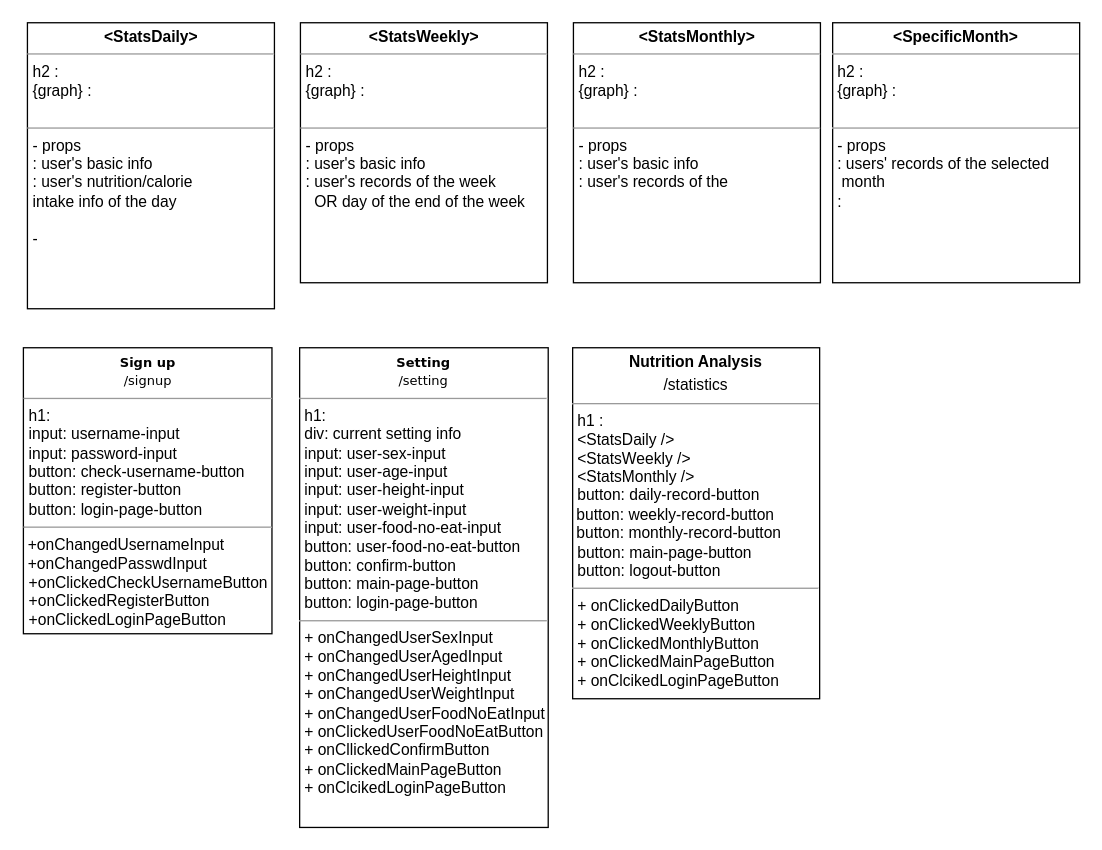
swsnu/swpp2021-team5 keeps this draw.io diagram as diagrams/Bang.drawio. Above is the earlier version. Source tidied: cells renumbered, new cells numbered last; positions are measured from the earlier drawing's top-left corner, leaving out a move shared by most shapes. Both pictures are drawn from the tidied source at 130%, with x=0, y=0 at pixel (23, 22).
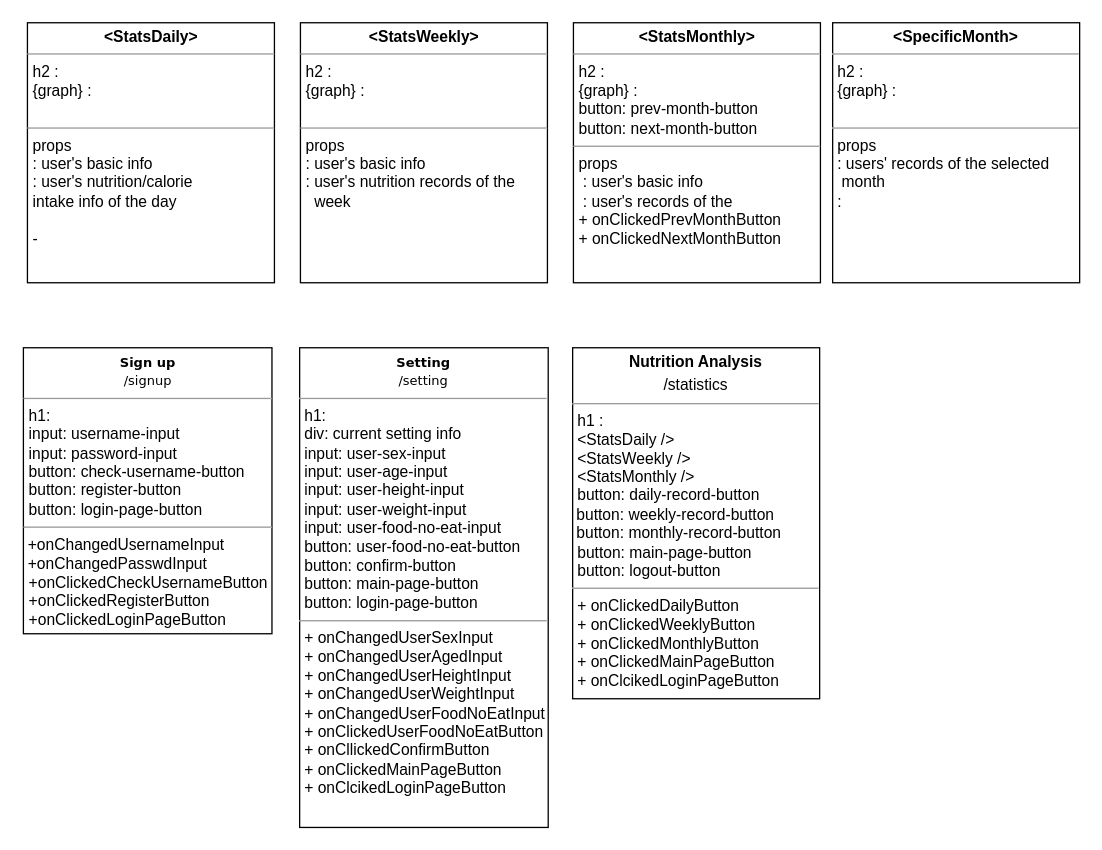
Above is the later version.

Diff of the diagram source:
```diff
@@
 <mxGraphModel>
   <root>
     <mxCell id="0" />
     <mxCell id="1" parent="0" />
-    <mxCell id="2" value="&lt;p style=&quot;margin: 0px ; margin-top: 4px ; text-align: center&quot;&gt;&lt;b&gt;&amp;lt;StatsDaily&amp;gt;&lt;/b&gt;&lt;/p&gt;&lt;hr size=&quot;1&quot;&gt;&lt;p style=&quot;margin: 0px ; margin-left: 4px&quot;&gt;h2 :&amp;nbsp;&lt;br&gt;&lt;/p&gt;&lt;p style=&quot;margin: 0px ; margin-left: 4px&quot;&gt;{graph} :&amp;nbsp;&lt;/p&gt;&lt;p style=&quot;margin: 0px ; margin-left: 4px&quot;&gt;&lt;br&gt;&lt;/p&gt;&lt;hr size=&quot;1&quot;&gt;&lt;p style=&quot;margin: 0px ; margin-left: 4px&quot;&gt;- props&lt;/p&gt;&lt;p style=&quot;margin: 0px ; margin-left: 4px&quot;&gt;: user's basic info&lt;br&gt;&lt;/p&gt;&lt;p style=&quot;margin: 0px ; margin-left: 4px&quot;&gt;: user's nutrition/calorie&lt;/p&gt;&lt;p style=&quot;margin: 0px ; margin-left: 4px&quot;&gt;intake info of the day&lt;/p&gt;&lt;p style=&quot;margin: 0px ; margin-left: 4px&quot;&gt;&lt;br&gt;&lt;/p&gt;&lt;p style=&quot;margin: 0px ; margin-left: 4px&quot;&gt;-&amp;nbsp;&lt;/p&gt;&lt;p style=&quot;margin: 0px ; margin-left: 4px&quot;&gt;&lt;br&gt;&lt;/p&gt;" style="verticalAlign=top;align=left;overflow=fill;fontSize=12;fontFamily=Helvetica;html=1;rounded=0;shadow=0;comic=0;labelBackgroundColor=none;strokeWidth=1;" parent="1" vertex="1">
-      <mxGeometry x="2.6" width="190" height="220" as="geometry" />
+    <mxCell id="2" value="&lt;p style=&quot;margin: 0px ; margin-top: 4px ; text-align: center&quot;&gt;&lt;b&gt;&amp;lt;StatsDaily&amp;gt;&lt;/b&gt;&lt;/p&gt;&lt;hr size=&quot;1&quot;&gt;&lt;p style=&quot;margin: 0px ; margin-left: 4px&quot;&gt;h2 :&amp;nbsp;&lt;br&gt;&lt;/p&gt;&lt;p style=&quot;margin: 0px ; margin-left: 4px&quot;&gt;{graph} :&amp;nbsp;&lt;/p&gt;&lt;p style=&quot;margin: 0px ; margin-left: 4px&quot;&gt;&lt;br&gt;&lt;/p&gt;&lt;hr size=&quot;1&quot;&gt;&lt;p style=&quot;margin: 0px ; margin-left: 4px&quot;&gt;props&lt;/p&gt;&lt;p style=&quot;margin: 0px ; margin-left: 4px&quot;&gt;: user's basic info&lt;br&gt;&lt;/p&gt;&lt;p style=&quot;margin: 0px ; margin-left: 4px&quot;&gt;: user's nutrition/calorie&lt;/p&gt;&lt;p style=&quot;margin: 0px ; margin-left: 4px&quot;&gt;intake info of the day&lt;/p&gt;&lt;p style=&quot;margin: 0px ; margin-left: 4px&quot;&gt;&lt;br&gt;&lt;/p&gt;&lt;p style=&quot;margin: 0px ; margin-left: 4px&quot;&gt;-&amp;nbsp;&lt;/p&gt;&lt;p style=&quot;margin: 0px ; margin-left: 4px&quot;&gt;&lt;br&gt;&lt;/p&gt;" style="verticalAlign=top;align=left;overflow=fill;fontSize=12;fontFamily=Helvetica;html=1;rounded=0;shadow=0;comic=0;labelBackgroundColor=none;strokeWidth=1;" parent="1" vertex="1">
+      <mxGeometry x="2.6" width="190" height="200" as="geometry" />
     </mxCell>
-    <mxCell id="3" value="&lt;p style=&quot;margin: 0px ; margin-top: 4px ; text-align: center&quot;&gt;&lt;b&gt;&amp;lt;StatsWeekly&amp;gt;&lt;/b&gt;&lt;/p&gt;&lt;hr size=&quot;1&quot;&gt;&lt;p style=&quot;margin: 0px ; margin-left: 4px&quot;&gt;h2 :&amp;nbsp;&lt;br&gt;&lt;/p&gt;&lt;p style=&quot;margin: 0px ; margin-left: 4px&quot;&gt;{graph} :&lt;br&gt;&lt;/p&gt;&lt;p style=&quot;margin: 0px ; margin-left: 4px&quot;&gt;&lt;br&gt;&lt;/p&gt;&lt;hr size=&quot;1&quot;&gt;&lt;p style=&quot;margin: 0px ; margin-left: 4px&quot;&gt;- props&lt;/p&gt;&lt;p style=&quot;margin: 0px ; margin-left: 4px&quot;&gt;: user's basic info&lt;/p&gt;&lt;p style=&quot;margin: 0px ; margin-left: 4px&quot;&gt;: user's records of the week&lt;/p&gt;&lt;p style=&quot;margin: 0px ; margin-left: 4px&quot;&gt;&amp;nbsp; OR day of the end of the week&lt;/p&gt;" style="verticalAlign=top;align=left;overflow=fill;fontSize=12;fontFamily=Helvetica;html=1;rounded=0;shadow=0;comic=0;labelBackgroundColor=none;strokeWidth=1;" parent="1" vertex="1">
+    <mxCell id="3" value="&lt;p style=&quot;margin: 0px ; margin-top: 4px ; text-align: center&quot;&gt;&lt;b&gt;&amp;lt;StatsWeekly&amp;gt;&lt;/b&gt;&lt;/p&gt;&lt;hr size=&quot;1&quot;&gt;&lt;p style=&quot;margin: 0px ; margin-left: 4px&quot;&gt;h2 :&amp;nbsp;&lt;br&gt;&lt;/p&gt;&lt;p style=&quot;margin: 0px ; margin-left: 4px&quot;&gt;{graph} :&lt;br&gt;&lt;/p&gt;&lt;p style=&quot;margin: 0px ; margin-left: 4px&quot;&gt;&lt;br&gt;&lt;/p&gt;&lt;hr size=&quot;1&quot;&gt;&lt;p style=&quot;margin: 0px ; margin-left: 4px&quot;&gt;props&lt;/p&gt;&lt;p style=&quot;margin: 0px ; margin-left: 4px&quot;&gt;: user's basic info&lt;/p&gt;&lt;p style=&quot;margin: 0px ; margin-left: 4px&quot;&gt;: user's nutrition records of the&lt;/p&gt;&lt;p style=&quot;margin: 0px ; margin-left: 4px&quot;&gt;&amp;nbsp; week&lt;br&gt;&lt;/p&gt;" style="verticalAlign=top;align=left;overflow=fill;fontSize=12;fontFamily=Helvetica;html=1;rounded=0;shadow=0;comic=0;labelBackgroundColor=none;strokeWidth=1;" parent="1" vertex="1">
       <mxGeometry x="212.6" width="190" height="200" as="geometry" />
     </mxCell>
-    <mxCell id="4" value="&lt;p style=&quot;margin: 0px ; margin-top: 4px ; text-align: center&quot;&gt;&lt;b&gt;&amp;lt;StatsMonthly&amp;gt;&lt;/b&gt;&lt;/p&gt;&lt;hr size=&quot;1&quot;&gt;&lt;p style=&quot;margin: 0px ; margin-left: 4px&quot;&gt;h2 :&amp;nbsp;&lt;br&gt;&lt;/p&gt;&lt;p style=&quot;margin: 0px ; margin-left: 4px&quot;&gt;{graph} :&lt;br&gt;&lt;/p&gt;&lt;p style=&quot;margin: 0px ; margin-left: 4px&quot;&gt;&lt;br&gt;&lt;/p&gt;&lt;hr size=&quot;1&quot;&gt;&lt;p style=&quot;margin: 0px 0px 0px 4px&quot;&gt;- props&lt;/p&gt;&lt;p style=&quot;margin: 0px 0px 0px 4px&quot;&gt;: user's basic info&lt;/p&gt;&lt;p style=&quot;margin: 0px 0px 0px 4px&quot;&gt;: user's records of the&lt;/p&gt;" style="verticalAlign=top;align=left;overflow=fill;fontSize=12;fontFamily=Helvetica;html=1;rounded=0;shadow=0;comic=0;labelBackgroundColor=none;strokeWidth=1;" parent="1" vertex="1">
+    <mxCell id="4" value="&lt;p style=&quot;margin: 0px ; margin-top: 4px ; text-align: center&quot;&gt;&lt;b&gt;&amp;lt;StatsMonthly&amp;gt;&lt;/b&gt;&lt;/p&gt;&lt;hr size=&quot;1&quot;&gt;&lt;p style=&quot;margin: 0px ; margin-left: 4px&quot;&gt;h2 :&amp;nbsp;&lt;br&gt;&lt;/p&gt;&lt;p style=&quot;margin: 0px ; margin-left: 4px&quot;&gt;{graph} :&lt;br&gt;&lt;/p&gt;&lt;p style=&quot;margin: 0px ; margin-left: 4px&quot;&gt;button: prev-month-button&lt;/p&gt;&lt;p style=&quot;margin: 0px ; margin-left: 4px&quot;&gt;button: next-month-button&lt;/p&gt;&lt;hr size=&quot;1&quot;&gt;&lt;p style=&quot;margin: 0px 0px 0px 4px&quot;&gt;props&lt;/p&gt;&lt;p style=&quot;margin: 0px 0px 0px 4px&quot;&gt;&amp;nbsp;: user's basic info&lt;/p&gt;&lt;p style=&quot;margin: 0px 0px 0px 4px&quot;&gt;&amp;nbsp;: user's records of the&lt;/p&gt;&lt;p style=&quot;margin: 0px 0px 0px 4px&quot;&gt;+ onClickedPrevMonthButton&lt;/p&gt;&lt;p style=&quot;margin: 0px 0px 0px 4px&quot;&gt;+ onClickedNextMonthButton&lt;/p&gt;" style="verticalAlign=top;align=left;overflow=fill;fontSize=12;fontFamily=Helvetica;html=1;rounded=0;shadow=0;comic=0;labelBackgroundColor=none;strokeWidth=1;" parent="1" vertex="1">
       <mxGeometry x="422.6" width="190" height="200" as="geometry" />
     </mxCell>
     <mxCell id="5" value="&lt;p style=&quot;margin: 0px ; margin-top: 4px ; text-align: center&quot;&gt;&lt;b&gt;Nutrition Analysis&lt;/b&gt;&lt;/p&gt;&lt;p style=&quot;margin: 0px ; margin-top: 4px ; text-align: center&quot;&gt;/statistics&lt;/p&gt;&lt;hr size=&quot;1&quot;&gt;&lt;p style=&quot;margin: 0px ; margin-left: 4px&quot;&gt;h1 :&amp;nbsp;&lt;/p&gt;&lt;p style=&quot;margin: 0px ; margin-left: 4px&quot;&gt;&amp;lt;StatsDaily /&amp;gt;&lt;/p&gt;&lt;p style=&quot;margin: 0px ; margin-left: 4px&quot;&gt;&amp;lt;StatsWeekly /&amp;gt;&lt;/p&gt;&lt;p style=&quot;margin: 0px ; margin-left: 4px&quot;&gt;&amp;lt;StatsMonthly /&amp;gt;&lt;/p&gt;&lt;p style=&quot;margin: 0px ; margin-left: 4px&quot;&gt;button: daily-record-button&lt;/p&gt;&amp;nbsp;button:&amp;nbsp;&lt;span&gt;weekly-record-button&amp;nbsp;&lt;/span&gt;&lt;br&gt;&amp;nbsp;button:&amp;nbsp;&lt;span&gt;monthly-record-button&lt;/span&gt;&lt;br&gt;&lt;p style=&quot;margin: 0px 0px 0px 4px&quot;&gt;button: main-page-button&lt;/p&gt;&lt;p style=&quot;margin: 0px 0px 0px 4px&quot;&gt;button: logout-button&lt;/p&gt;&lt;hr size=&quot;1&quot;&gt;&lt;p style=&quot;margin: 0px 0px 0px 4px&quot;&gt;+ onClickedDailyButton&lt;/p&gt;&lt;p style=&quot;margin: 0px 0px 0px 4px&quot;&gt;+ onClickedWeeklyButton&lt;/p&gt;&lt;p style=&quot;margin: 0px 0px 0px 4px&quot;&gt;+ onClickedMonthlyButton&amp;nbsp;&lt;/p&gt;&lt;p style=&quot;margin: 0px 0px 0px 4px&quot;&gt;+ onClickedMainPageButton&lt;/p&gt;&lt;p style=&quot;margin: 0px 0px 0px 4px&quot;&gt;+ onClcikedLoginPageButton&lt;/p&gt;" style="verticalAlign=top;align=left;overflow=fill;fontSize=12;fontFamily=Helvetica;html=1;rounded=0;shadow=0;comic=0;labelBackgroundColor=none;strokeWidth=1;" parent="1" vertex="1">
       <mxGeometry x="422" y="250" width="190" height="270" as="geometry" />
     </mxCell>
     <mxCell id="6" value="&lt;p style=&quot;margin: 4px 0px 0px ; text-align: center&quot;&gt;&lt;b style=&quot;font-family: &amp;#34;verdana&amp;#34; ; font-size: 10px&quot;&gt;Sign up&lt;/b&gt;&lt;br style=&quot;font-family: &amp;#34;verdana&amp;#34; ; font-size: 10px&quot;&gt;&lt;span style=&quot;font-family: &amp;#34;verdana&amp;#34; ; font-size: 10px&quot;&gt;/signup&lt;/span&gt;&lt;br&gt;&lt;/p&gt;&lt;hr size=&quot;1&quot;&gt;&lt;p style=&quot;margin: 0px 0px 0px 4px&quot;&gt;h1:&lt;/p&gt;&lt;p style=&quot;margin: 0px 0px 0px 4px&quot;&gt;input: username-input&lt;/p&gt;&lt;p style=&quot;margin: 0px 0px 0px 4px&quot;&gt;input: password-input&lt;/p&gt;&lt;p style=&quot;margin: 0px 0px 0px 4px&quot;&gt;button: check-username-button&lt;/p&gt;&lt;p style=&quot;margin: 0px 0px 0px 4px&quot;&gt;button: register-button&lt;/p&gt;&lt;p style=&quot;margin: 0px 0px 0px 4px&quot;&gt;button: login-page-button&lt;/p&gt;&lt;hr size=&quot;1&quot;&gt;&amp;nbsp;+onChangedUsernameInput&lt;br&gt;&amp;nbsp;+onChangedPasswdInput&lt;br&gt;&lt;p style=&quot;margin: 0px 0px 0px 4px&quot;&gt;+onClickedCheckUsernameButton&lt;/p&gt;&lt;p style=&quot;margin: 0px 0px 0px 4px&quot;&gt;+onClickedRegisterButton&lt;/p&gt;&lt;p style=&quot;margin: 0px 0px 0px 4px&quot;&gt;+onClickedLoginPageButton&lt;/p&gt;" style="verticalAlign=top;align=left;overflow=fill;fontSize=12;fontFamily=Helvetica;html=1;" parent="1" vertex="1">
       <mxGeometry x="-0.5" y="250" width="191.2" height="220" as="geometry" />
     </mxCell>
     <mxCell id="7" value="&lt;p style=&quot;margin: 4px 0px 0px ; text-align: center&quot;&gt;&lt;b style=&quot;font-family: &amp;#34;verdana&amp;#34; ; font-size: 10px&quot;&gt;Setting&lt;/b&gt;&lt;br style=&quot;font-family: &amp;#34;verdana&amp;#34; ; font-size: 10px&quot;&gt;&lt;span style=&quot;font-family: &amp;#34;verdana&amp;#34; ; font-size: 10px&quot;&gt;/setting&lt;/span&gt;&lt;br&gt;&lt;/p&gt;&lt;hr size=&quot;1&quot;&gt;&lt;p style=&quot;margin: 0px 0px 0px 4px&quot;&gt;h1:&amp;nbsp;&lt;/p&gt;&lt;p style=&quot;margin: 0px 0px 0px 4px&quot;&gt;div: current setting info&lt;/p&gt;&lt;p style=&quot;margin: 0px 0px 0px 4px&quot;&gt;input: user-sex-input&lt;/p&gt;&lt;p style=&quot;margin: 0px 0px 0px 4px&quot;&gt;input: user-age-input&lt;/p&gt;&lt;p style=&quot;margin: 0px 0px 0px 4px&quot;&gt;input: user-height-input&lt;/p&gt;&lt;p style=&quot;margin: 0px 0px 0px 4px&quot;&gt;input: user-weight-input&lt;/p&gt;&lt;p style=&quot;margin: 0px 0px 0px 4px&quot;&gt;input: user-food-no-eat-input&lt;br&gt;&lt;/p&gt;&lt;p style=&quot;margin: 0px 0px 0px 4px&quot;&gt;button: user-food-no-eat-button&lt;/p&gt;&lt;p style=&quot;margin: 0px 0px 0px 4px&quot;&gt;&lt;span&gt;button: confirm-button&lt;/span&gt;&lt;br&gt;&lt;/p&gt;&lt;p style=&quot;margin: 0px 0px 0px 4px&quot;&gt;button: main-page-button&lt;/p&gt;&lt;p style=&quot;margin: 0px 0px 0px 4px&quot;&gt;button: login-page-button&lt;/p&gt;&lt;hr size=&quot;1&quot;&gt;&lt;p style=&quot;margin: 0px 0px 0px 4px&quot;&gt;+ onChangedUserSexInput&lt;/p&gt;&lt;p style=&quot;margin: 0px 0px 0px 4px&quot;&gt;+ onChangedUserAgedInput&lt;/p&gt;&lt;p style=&quot;margin: 0px 0px 0px 4px&quot;&gt;+ onChangedUserHeightInput&lt;/p&gt;&lt;p style=&quot;margin: 0px 0px 0px 4px&quot;&gt;+ onChangedUserWeightInput&lt;/p&gt;&lt;p style=&quot;margin: 0px 0px 0px 4px&quot;&gt;+ onChangedUserFoodNoEatInput&lt;/p&gt;&lt;p style=&quot;margin: 0px 0px 0px 4px&quot;&gt;+ onClickedUserFoodNoEatButton&lt;/p&gt;&lt;p style=&quot;margin: 0px 0px 0px 4px&quot;&gt;+ onCllickedConfirmButton&lt;/p&gt;&lt;p style=&quot;margin: 0px 0px 0px 4px&quot;&gt;+ onClickedMainPageButton&lt;/p&gt;&lt;p style=&quot;margin: 0px 0px 0px 4px&quot;&gt;+ onClcikedLoginPageButton&lt;/p&gt;&lt;p style=&quot;margin: 0px 0px 0px 4px&quot;&gt;&lt;br&gt;&lt;/p&gt;" style="verticalAlign=top;align=left;overflow=fill;fontSize=12;fontFamily=Helvetica;html=1;" parent="1" vertex="1">
       <mxGeometry x="212" y="250" width="191.2" height="369" as="geometry" />
     </mxCell>
     <mxCell id="8" style="edgeStyle=orthogonalEdgeStyle;rounded=0;orthogonalLoop=1;jettySize=auto;html=1;exitX=0.5;exitY=1;exitDx=0;exitDy=0;" parent="1" edge="1" source="3" target="3">
       <mxGeometry relative="1" as="geometry" />
     </mxCell>
-    <mxCell id="9" value="&lt;p style=&quot;margin: 0px ; margin-top: 4px ; text-align: center&quot;&gt;&lt;b&gt;&amp;lt;SpecificMonth&amp;gt;&lt;/b&gt;&lt;/p&gt;&lt;hr size=&quot;1&quot;&gt;&lt;p style=&quot;margin: 0px ; margin-left: 4px&quot;&gt;h2 :&amp;nbsp;&lt;br&gt;&lt;/p&gt;&lt;p style=&quot;margin: 0px ; margin-left: 4px&quot;&gt;{graph} :&lt;br&gt;&lt;/p&gt;&lt;p style=&quot;margin: 0px ; margin-left: 4px&quot;&gt;&lt;br&gt;&lt;/p&gt;&lt;hr size=&quot;1&quot;&gt;&lt;p style=&quot;margin: 0px ; margin-left: 4px&quot;&gt;- props&lt;/p&gt;&lt;p style=&quot;margin: 0px ; margin-left: 4px&quot;&gt;: users' records of the selected&lt;/p&gt;&lt;p style=&quot;margin: 0px ; margin-left: 4px&quot;&gt;&amp;nbsp;month&lt;/p&gt;&lt;p style=&quot;margin: 0px ; margin-left: 4px&quot;&gt;:&amp;nbsp;&lt;/p&gt;" style="verticalAlign=top;align=left;overflow=fill;fontSize=12;fontFamily=Helvetica;html=1;rounded=0;shadow=0;comic=0;labelBackgroundColor=none;strokeWidth=1;" parent="1" vertex="1">
+    <mxCell id="9" value="&lt;p style=&quot;margin: 0px ; margin-top: 4px ; text-align: center&quot;&gt;&lt;b&gt;&amp;lt;SpecificMonth&amp;gt;&lt;/b&gt;&lt;/p&gt;&lt;hr size=&quot;1&quot;&gt;&lt;p style=&quot;margin: 0px ; margin-left: 4px&quot;&gt;h2 :&amp;nbsp;&lt;br&gt;&lt;/p&gt;&lt;p style=&quot;margin: 0px ; margin-left: 4px&quot;&gt;{graph} :&lt;br&gt;&lt;/p&gt;&lt;p style=&quot;margin: 0px ; margin-left: 4px&quot;&gt;&lt;br&gt;&lt;/p&gt;&lt;hr size=&quot;1&quot;&gt;&lt;p style=&quot;margin: 0px ; margin-left: 4px&quot;&gt;props&lt;/p&gt;&lt;p style=&quot;margin: 0px ; margin-left: 4px&quot;&gt;: users' records of the selected&lt;/p&gt;&lt;p style=&quot;margin: 0px ; margin-left: 4px&quot;&gt;&amp;nbsp;month&lt;/p&gt;&lt;p style=&quot;margin: 0px ; margin-left: 4px&quot;&gt;:&amp;nbsp;&lt;/p&gt;" style="verticalAlign=top;align=left;overflow=fill;fontSize=12;fontFamily=Helvetica;html=1;rounded=0;shadow=0;comic=0;labelBackgroundColor=none;strokeWidth=1;" parent="1" vertex="1">
       <mxGeometry x="622" width="190" height="200" as="geometry" />
     </mxCell>
   </root>
 </mxGraphModel>
```
